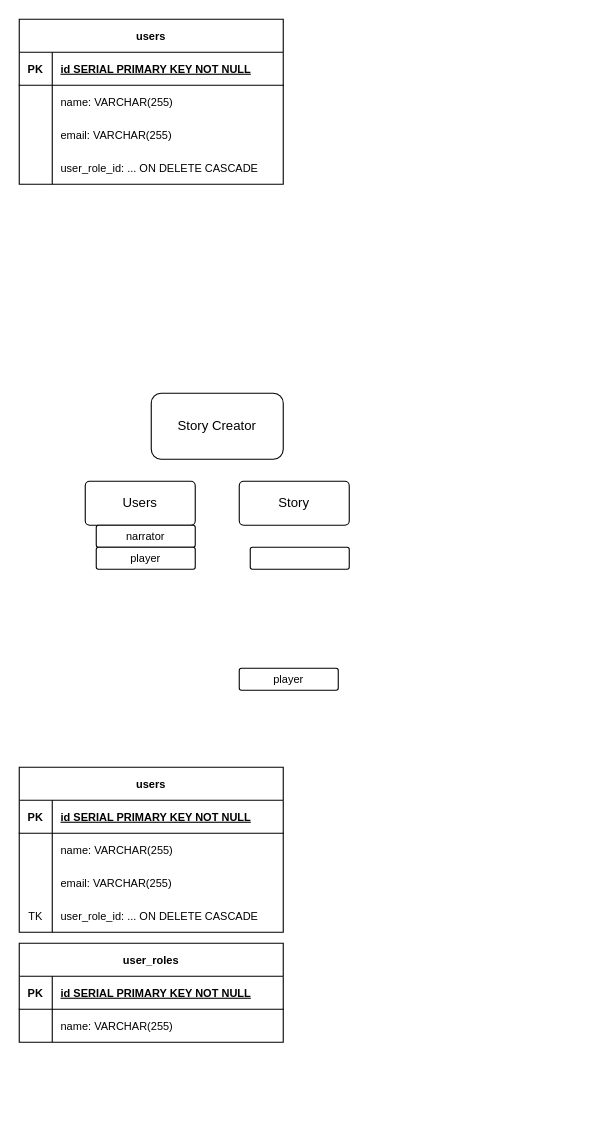
Above: db/erd/story_creator.drawio in navycuda/story_creator (draw.io), before the change. Source tidied: cells renumbered, new cells numbered last; positions are measured from the earlier drawing's top-left corner, leaving out a move shared by most shapes. Both pictures are drawn from the tidied source at 110%, with x=0, y=0 at pixel (19, 19).
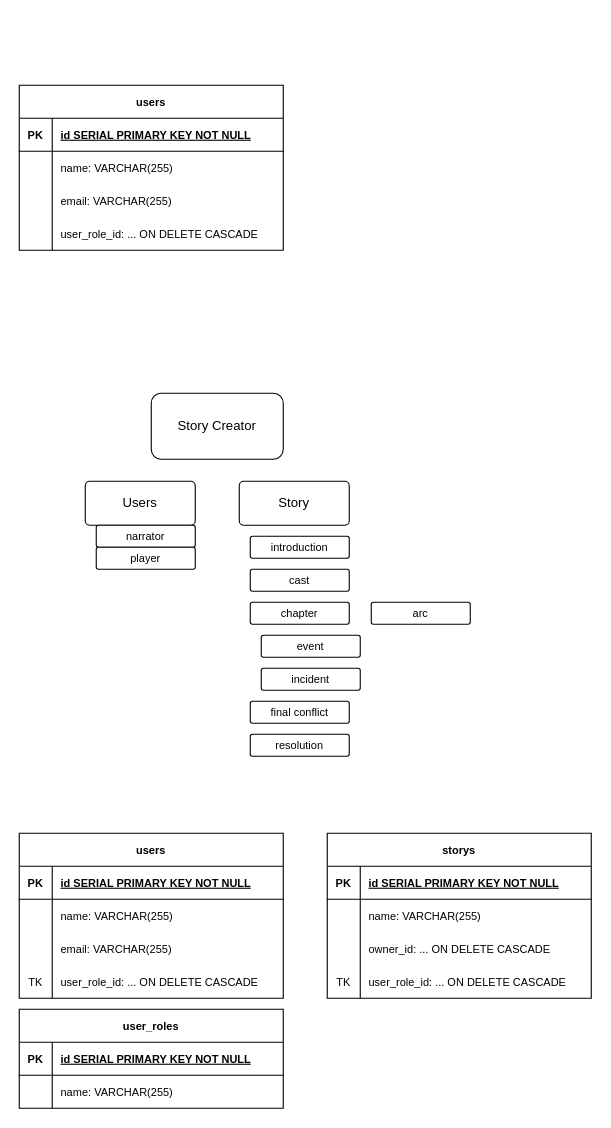
After the change.

Commit message:
Add more detail to story structure

Change to the diagram source:
```diff
@@
     <mxCell id="6" value="users" style="shape=table;startSize=30;childLayout=tableLayout;rowLines=0;fontStyle=1;align=center;fontSize=10;" parent="1" vertex="1">
-      <mxGeometry y="680" width="240" height="150" as="geometry" />
+      <mxGeometry y="740" width="240" height="150" as="geometry" />
     </mxCell>
@@
     <mxCell id="19" value="users" style="shape=table;startSize=30;childLayout=tableLayout;rowLines=0;fontStyle=1;align=center;fontSize=10;" parent="1" vertex="1">
-      <mxGeometry width="240" height="150" as="geometry" />
+      <mxGeometry y="60" width="240" height="150" as="geometry" />
     </mxCell>
@@
     <mxCell id="32" value="user_roles" style="shape=table;startSize=30;childLayout=tableLayout;rowLines=0;fontStyle=1;align=center;fontSize=10;" parent="1" vertex="1">
-      <mxGeometry y="840" width="240" height="90" as="geometry" />
+      <mxGeometry y="900" width="240" height="90" as="geometry" />
     </mxCell>
@@
-    <mxCell id="40" style="rounded=1;arcSize=10;whiteSpace=wrap;html=1;align=center;" parent="1" vertex="1">
-      <mxGeometry x="210" y="480" width="90" height="20" as="geometry" />
-    </mxCell>
-    <mxCell id="41" value="&lt;span style=&quot;font-size: 10px;&quot;&gt;player&lt;/span&gt;" style="rounded=1;arcSize=10;whiteSpace=wrap;html=1;align=center;" parent="1" vertex="1">
-      <mxGeometry x="200" y="590" width="90" height="20" as="geometry" />
+    <mxCell id="41" value="&lt;font style=&quot;font-size: 10px;&quot;&gt;chapter&lt;/font&gt;" style="rounded=1;arcSize=10;whiteSpace=wrap;html=1;align=center;" parent="1" vertex="1">
+      <mxGeometry x="210" y="530" width="90" height="20" as="geometry" />
     </mxCell>
+    <mxCell id="42" value="storys" style="shape=table;startSize=30;childLayout=tableLayout;rowLines=0;fontStyle=1;align=center;fontSize=10;" parent="1" vertex="1">
+      <mxGeometry x="280" y="740" width="240" height="150" as="geometry" />
+    </mxCell>
+    <mxCell id="43" style="shape=tableRow;horizontal=0;startSize=0;swimlaneHead=0;swimlaneBody=0;fillColor=none;top=0;left=0;right=0;bottom=1;fontSize=10;" parent="42" vertex="1">
+      <mxGeometry y="30" width="240" height="30" as="geometry" />
+    </mxCell>
+    <mxCell id="44" value="PK" style="shape=partialRectangle;fillColor=none;top=0;left=0;bottom=0;right=0;fontStyle=1;overflow=hidden;fontSize=10;" parent="43" vertex="1">
+      <mxGeometry width="30" height="30" as="geometry" />
+    </mxCell>
+    <mxCell id="45" value="id SERIAL PRIMARY KEY NOT NULL" style="shape=partialRectangle;fillColor=none;top=0;left=0;bottom=0;right=0;align=left;spacingLeft=6;fontStyle=5;overflow=hidden;fontSize=10;" parent="43" vertex="1">
+      <mxGeometry x="30" width="210" height="30" as="geometry" />
+    </mxCell>
+    <mxCell id="46" style="shape=tableRow;horizontal=0;startSize=0;swimlaneHead=0;swimlaneBody=0;fillColor=none;top=0;left=0;right=0;bottom=0;fontSize=10;" parent="42" vertex="1">
+      <mxGeometry y="60" width="240" height="30" as="geometry" />
+    </mxCell>
+    <mxCell id="47" style="shape=partialRectangle;fillColor=none;top=0;left=0;bottom=0;right=0;overflow=hidden;fontSize=10;" parent="46" vertex="1">
+      <mxGeometry width="30" height="30" as="geometry" />
+    </mxCell>
+    <mxCell id="48" value="name: VARCHAR(255)" style="shape=partialRectangle;fillColor=none;top=0;left=0;bottom=0;right=0;align=left;spacingLeft=6;overflow=hidden;fontSize=10;" parent="46" vertex="1">
+      <mxGeometry x="30" width="210" height="30" as="geometry" />
+    </mxCell>
+    <mxCell id="49" style="shape=tableRow;horizontal=0;startSize=0;swimlaneHead=0;swimlaneBody=0;fillColor=none;top=0;left=0;right=0;bottom=0;fontSize=10;" parent="42" vertex="1">
+      <mxGeometry y="90" width="240" height="30" as="geometry" />
+    </mxCell>
+    <mxCell id="50" style="shape=partialRectangle;fillColor=none;top=0;left=0;bottom=0;right=0;overflow=hidden;fontSize=10;" parent="49" vertex="1">
+      <mxGeometry width="30" height="30" as="geometry" />
+    </mxCell>
+    <mxCell id="51" value="owner_id: ... ON DELETE CASCADE" style="shape=partialRectangle;fillColor=none;top=0;left=0;bottom=0;right=0;align=left;spacingLeft=6;overflow=hidden;fontSize=10;" parent="49" vertex="1">
+      <mxGeometry x="30" width="210" height="30" as="geometry" />
+    </mxCell>
+    <mxCell id="52" style="shape=tableRow;horizontal=0;startSize=0;swimlaneHead=0;swimlaneBody=0;fillColor=none;top=0;left=0;right=0;bottom=0;fontSize=10;" parent="42" vertex="1">
+      <mxGeometry y="120" width="240" height="30" as="geometry" />
+    </mxCell>
+    <mxCell id="53" value="TK" style="shape=partialRectangle;fillColor=none;top=0;left=0;bottom=0;right=0;overflow=hidden;fontSize=10;" parent="52" vertex="1">
+      <mxGeometry width="30" height="30" as="geometry" />
+    </mxCell>
+    <mxCell id="54" value="user_role_id: ... ON DELETE CASCADE" style="shape=partialRectangle;fillColor=none;top=0;left=0;bottom=0;right=0;align=left;spacingLeft=6;overflow=hidden;fontSize=10;" parent="52" vertex="1">
+      <mxGeometry x="30" width="210" height="30" as="geometry" />
+    </mxCell>
+    <mxCell id="55" value="&lt;font style=&quot;font-size: 10px;&quot;&gt;event&lt;/font&gt;" style="rounded=1;arcSize=10;whiteSpace=wrap;html=1;align=center;" parent="1" vertex="1">
+      <mxGeometry x="220" y="560" width="90" height="20" as="geometry" />
+    </mxCell>
+    <mxCell id="56" value="&lt;font style=&quot;font-size: 10px;&quot;&gt;incident&lt;/font&gt;" style="rounded=1;arcSize=10;whiteSpace=wrap;html=1;align=center;" parent="1" vertex="1">
+      <mxGeometry x="220" y="590" width="90" height="20" as="geometry" />
+    </mxCell>
+    <mxCell id="57" value="&lt;font style=&quot;font-size: 10px;&quot;&gt;arc&lt;/font&gt;" style="rounded=1;arcSize=10;whiteSpace=wrap;html=1;align=center;" parent="1" vertex="1">
+      <mxGeometry x="320" y="530" width="90" height="20" as="geometry" />
+    </mxCell>
+    <mxCell id="58" value="&lt;span style=&quot;font-size: 10px;&quot;&gt;introduction&lt;/span&gt;" style="rounded=1;arcSize=10;whiteSpace=wrap;html=1;align=center;" parent="1" vertex="1">
+      <mxGeometry x="210" y="470" width="90" height="20" as="geometry" />
+    </mxCell>
+    <mxCell id="59" value="&lt;font style=&quot;font-size: 10px;&quot;&gt;cast&lt;/font&gt;" style="rounded=1;arcSize=10;whiteSpace=wrap;html=1;align=center;" parent="1" vertex="1">
+      <mxGeometry x="210" y="500" width="90" height="20" as="geometry" />
+    </mxCell>
+    <mxCell id="60" value="&lt;span style=&quot;font-size: 10px;&quot;&gt;final conflict&lt;/span&gt;" style="rounded=1;arcSize=10;whiteSpace=wrap;html=1;align=center;" parent="1" vertex="1">
+      <mxGeometry x="210" y="620" width="90" height="20" as="geometry" />
+    </mxCell>
+    <mxCell id="61" value="&lt;span style=&quot;font-size: 10px;&quot;&gt;resolution&lt;/span&gt;" style="rounded=1;arcSize=10;whiteSpace=wrap;html=1;align=center;" parent="1" vertex="1">
+      <mxGeometry x="210" y="650" width="90" height="20" as="geometry" />
+    </mxCell>
```
